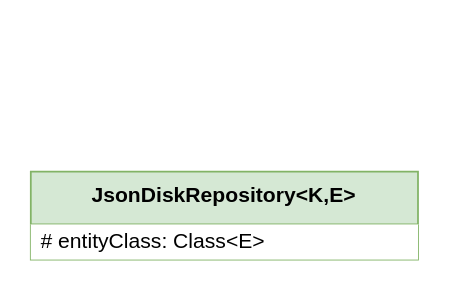
The draw.io diagram page "JsonDiskRepository" (6 of 15) of docs/Diagrams.drawio in BrunoMNDantas/Repository4J, before the edit. Source tidied: cells renumbered, new cells numbered last; positions are measured from the earlier drawing's top-left corner, leaving out a move shared by most shapes. Both pictures are drawn from the tidied source at 176%, with x=0, y=0 at pixel (30, 171).
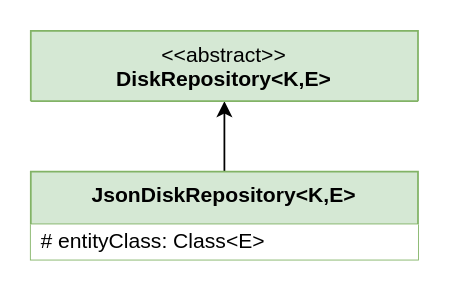
The same diagram, later.

Diff of the diagram source:
```diff
@@
 <mxGraphModel>
   <root>
     <mxCell id="0" />
     <mxCell id="1" parent="0" />
+    <mxCell id="4" style="edgeStyle=orthogonalEdgeStyle;rounded=0;jettySize=auto;html=1;entryX=0.5;entryY=1;entryDx=0;entryDy=0;" parent="1" edge="1" source="2" target="5">
+      <mxGeometry relative="1" as="geometry" />
+    </mxCell>
     <mxCell id="2" value="&lt;div&gt;&lt;b style=&quot;background-color: transparent; color: light-dark(rgb(0, 0, 0), rgb(255, 255, 255));&quot;&gt;JsonDiskRepository&amp;lt;K,E&amp;gt;&lt;/b&gt;&lt;/div&gt;" style="swimlane;fontStyle=0;align=center;verticalAlign=top;horizontal=1;startSize=30;html=1;whiteSpace=wrap;fillColor=#d5e8d4;strokeColor=#82b366;" parent="1" vertex="1">
       <mxGeometry width="220" height="50" as="geometry" />
     </mxCell>
     <mxCell id="3" value="# entityClass: Class&amp;lt;E&amp;gt;" style="text;html=1;align=left;verticalAlign=middle;spacingLeft=4;spacingRight=4;overflow=hidden;whiteSpace=wrap;fillColor=default;" parent="2" vertex="1">
       <mxGeometry y="30" width="220" height="20" as="geometry" />
     </mxCell>
+    <mxCell id="5" value="&amp;lt;&amp;lt;abstract&amp;gt;&amp;gt;&lt;br&gt;&lt;b&gt;DiskRepository&amp;lt;K,E&amp;gt;&lt;/b&gt;" style="swimlane;fontStyle=0;align=center;verticalAlign=top;horizontal=1;startSize=40;html=1;whiteSpace=wrap;fillColor=#d5e8d4;strokeColor=#82b366;" parent="1" vertex="1">
+      <mxGeometry y="-80" width="220" height="40" as="geometry" />
+    </mxCell>
   </root>
 </mxGraphModel>
```
